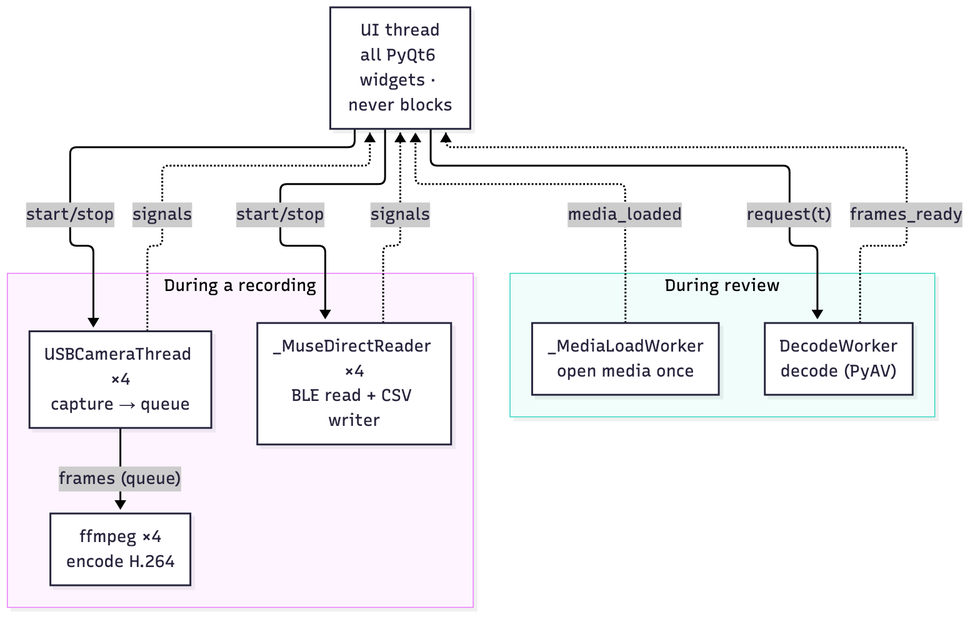
Earlier version of the Mermaid export docs/diagrams/threads.png (mohammadabdullahkhurram/Brain-Battle-Phase-3). Its source is kept beside it as docs/diagrams/threads.mmd.
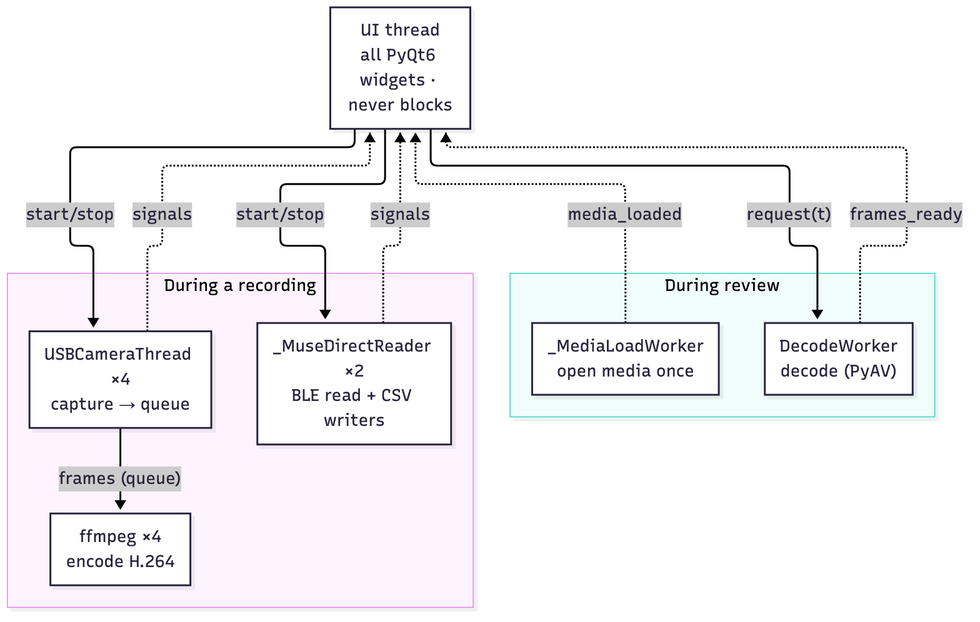
The same file after the commit.

The edit, as a diff of the source:
```diff
@@ -6,7 +6,7 @@
         direction TB
         CT["USBCameraThread ×4<br/>capture → queue"]
         FE["ffmpeg ×4<br/>encode H.264"]
-        MR["_MuseDirectReader ×4<br/>BLE read + CSV writer"]
+        MR["_MuseDirectReader ×2<br/>BLE read + CSV writers"]
         CT -- "frames (queue)" --> FE
     end
 
```
